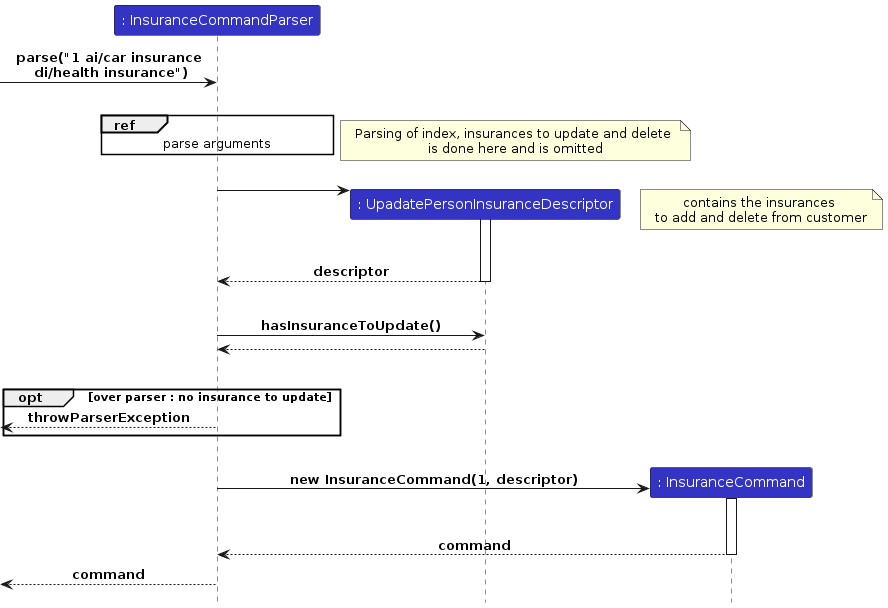
The PlantUML diagram diagrams/insurance-feature/ParseInsuranceSequenceDiagram.png in yucongkoo/tp, before a commit. Its source is kept beside it as diagrams/insurance-feature/ParseInsuranceSequenceDiagram.puml.
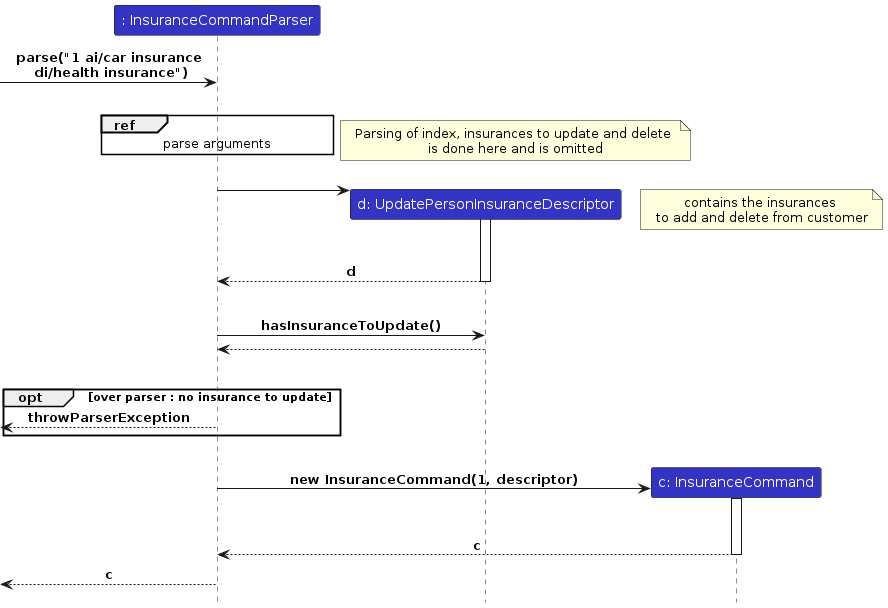
Later version of the same file.

Change to the diagram source:
```diff
@@ -3,8 +3,8 @@
 
 
 participant ": InsuranceCommandParser" as parser LOGIC_COLOR
-participant ": UpadatePersonInsuranceDescriptor" as descriptor LOGIC_COLOR
-participant ": InsuranceCommand" as command LOGIC_COLOR
+participant "d: UpdatePersonInsuranceDescriptor" as descriptor LOGIC_COLOR
+participant "c: InsuranceCommand" as command LOGIC_COLOR
 
 [-> parser : parse("1 ai/car insurance\n di/health insurance")
 |||
@@ -16,7 +16,7 @@
 note right : contains the insurances \nto add and delete from customer
 activate descriptor
 |||
-return descriptor
+return d
 |||
 parser -> descriptor : hasInsuranceToUpdate()
 return
@@ -29,7 +29,7 @@
 parser -> command : new InsuranceCommand(1, descriptor)
 activate command
 |||
-return command
+return c
 
-[<--parser : command
+[<--parser : c
 @enduml
```
